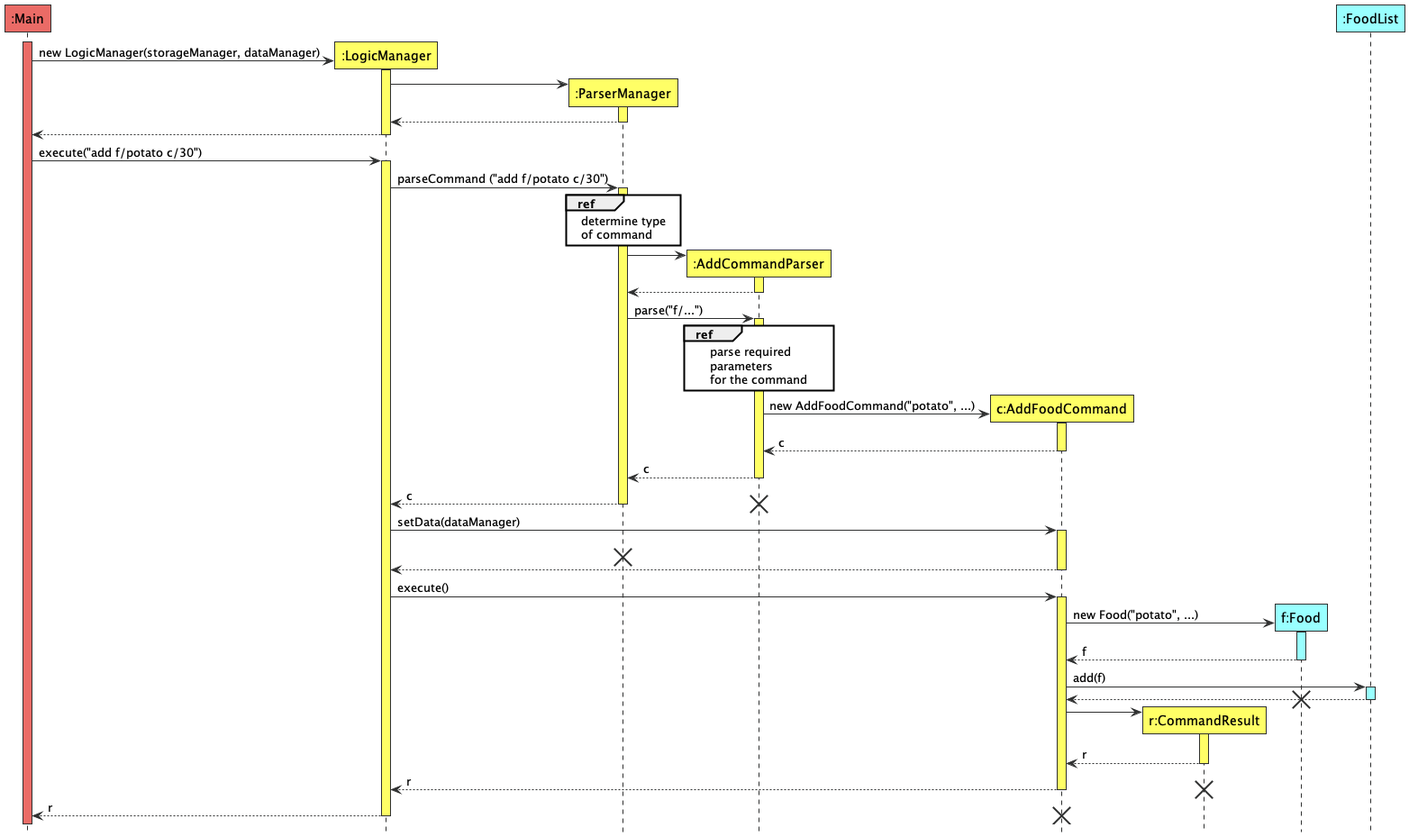
The PlantUML diagram docs/images/LogicSequenceDiagram.png in tryyang2001/tp, before a commit.
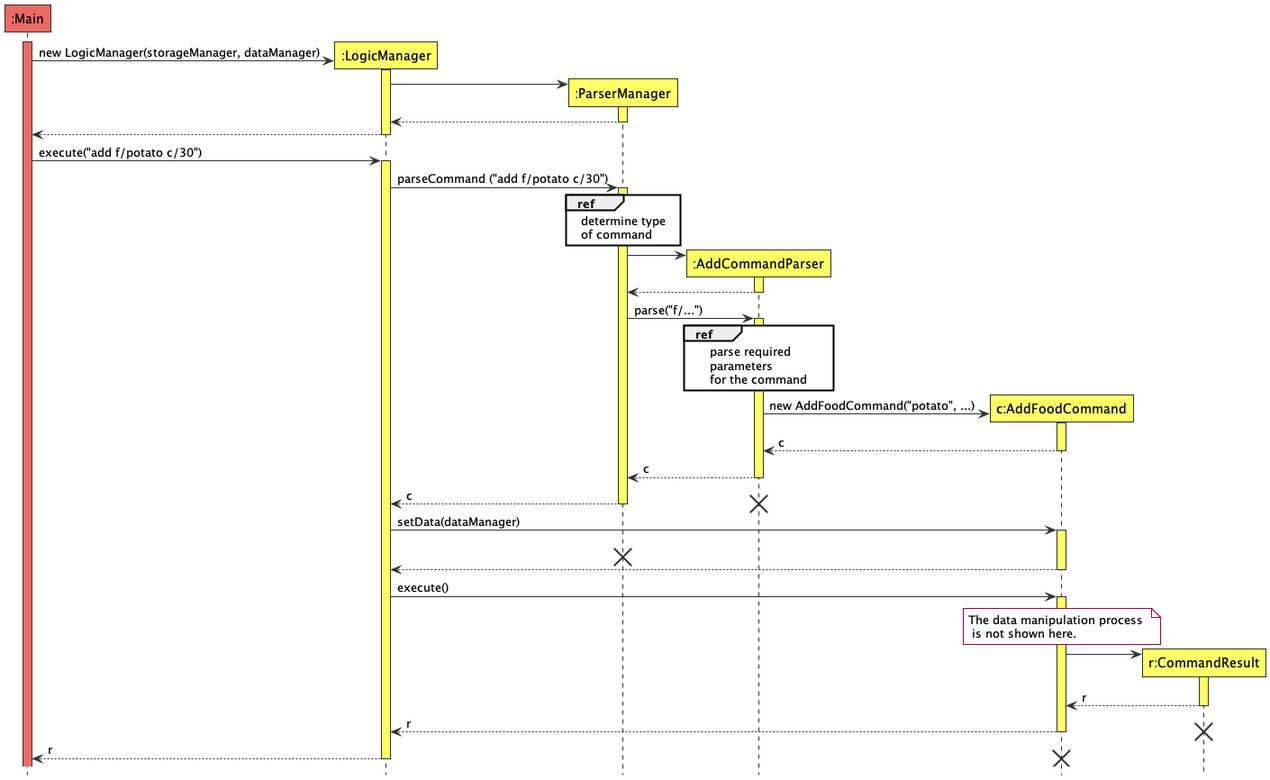
Later version of the same file.

Change to the diagram source:
```diff
@@ -9,8 +9,6 @@
 participant ":AddCommandParser" AS AddCommandParser LOGIC_COLOUR
 participant "c:AddFoodCommand" AS AddFoodCommand LOGIC_COLOUR
 participant "r:CommandResult" AS CommandResult LOGIC_COLOUR
-participant "f:Food" AS Food DATA_COLOUR
-participant ":FoodList" AS FoodList DATA_COLOUR
 activate Main MAIN_COLOUR
 
 
@@ -56,14 +54,12 @@
 destroy ParserManager
 return
 LogicManager -> AddFoodCommand LOGIC_COLOUR : execute()
-create Food
-AddFoodCommand -> Food DATA_COLOUR : new Food("potato", ...)
-return f
-AddFoodCommand -> FoodList DATA_COLOUR : add(f)
-return
-destroy Food
+note over AddFoodCommand #WHITE : The data manipulation process \n is not shown here.
+
+
 create CommandResult
 AddFoodCommand -> CommandResult LOGIC_COLOUR
+
 return r
 return r
 destroy CommandResult
```
